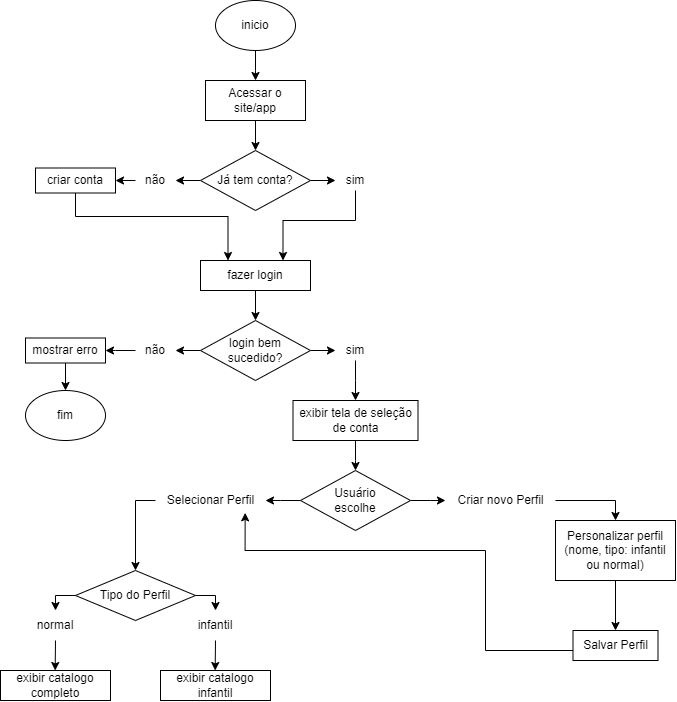
Before: fluxograma.drawio.png, a diagram exported from draw.io (Andynlx01/fluxograma.aprensa-o). Source tidied: cells renumbered, new cells last; positions are measured from the earlier drawing's top-left corner, leaving out a move shared by most shapes.
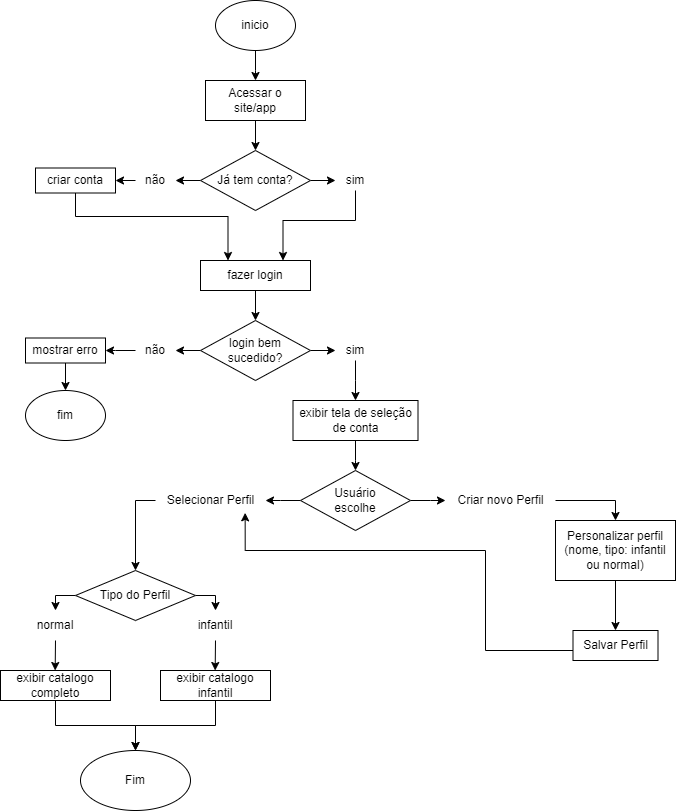
Above is the later version.

What changed in the source:
```diff
@@ -198,11 +198,20 @@
     <mxCell id="47" value="normal" style="text;strokeColor=none;align=center;fillColor=none;html=1;verticalAlign=middle;whiteSpace=wrap;rounded=0;" parent="1" vertex="1">
       <mxGeometry x="35" y="610" width="40" height="30" as="geometry" />
     </mxCell>
+    <mxCell id="50" style="edgeStyle=orthogonalEdgeStyle;rounded=0;jettySize=auto;html=1;exitX=0.5;exitY=1;exitDx=0;exitDy=0;entryX=0.5;entryY=0;entryDx=0;entryDy=0;" parent="1" edge="1" source="48" target="52">
+      <mxGeometry relative="1" as="geometry" />
+    </mxCell>
     <mxCell id="48" value="exibir catalogo completo" style="rounded=0;whiteSpace=wrap;html=1;" parent="1" vertex="1">
       <mxGeometry y="670" width="110" height="30" as="geometry" />
     </mxCell>
+    <mxCell id="51" style="edgeStyle=orthogonalEdgeStyle;rounded=0;jettySize=auto;html=1;exitX=0.5;exitY=1;exitDx=0;exitDy=0;entryX=0.5;entryY=0;entryDx=0;entryDy=0;" parent="1" edge="1" source="49" target="52">
+      <mxGeometry relative="1" as="geometry" />
+    </mxCell>
     <mxCell id="49" value="exibir catalogo infantil" style="rounded=0;whiteSpace=wrap;html=1;" parent="1" vertex="1">
       <mxGeometry x="160" y="670" width="110" height="30" as="geometry" />
     </mxCell>
+    <mxCell id="52" value="Fim" style="ellipse;whiteSpace=wrap;html=1;" parent="1" vertex="1">
+      <mxGeometry x="80" y="750" width="110" height="60" as="geometry" />
+    </mxCell>
   </root>
 </mxGraphModel>
```
